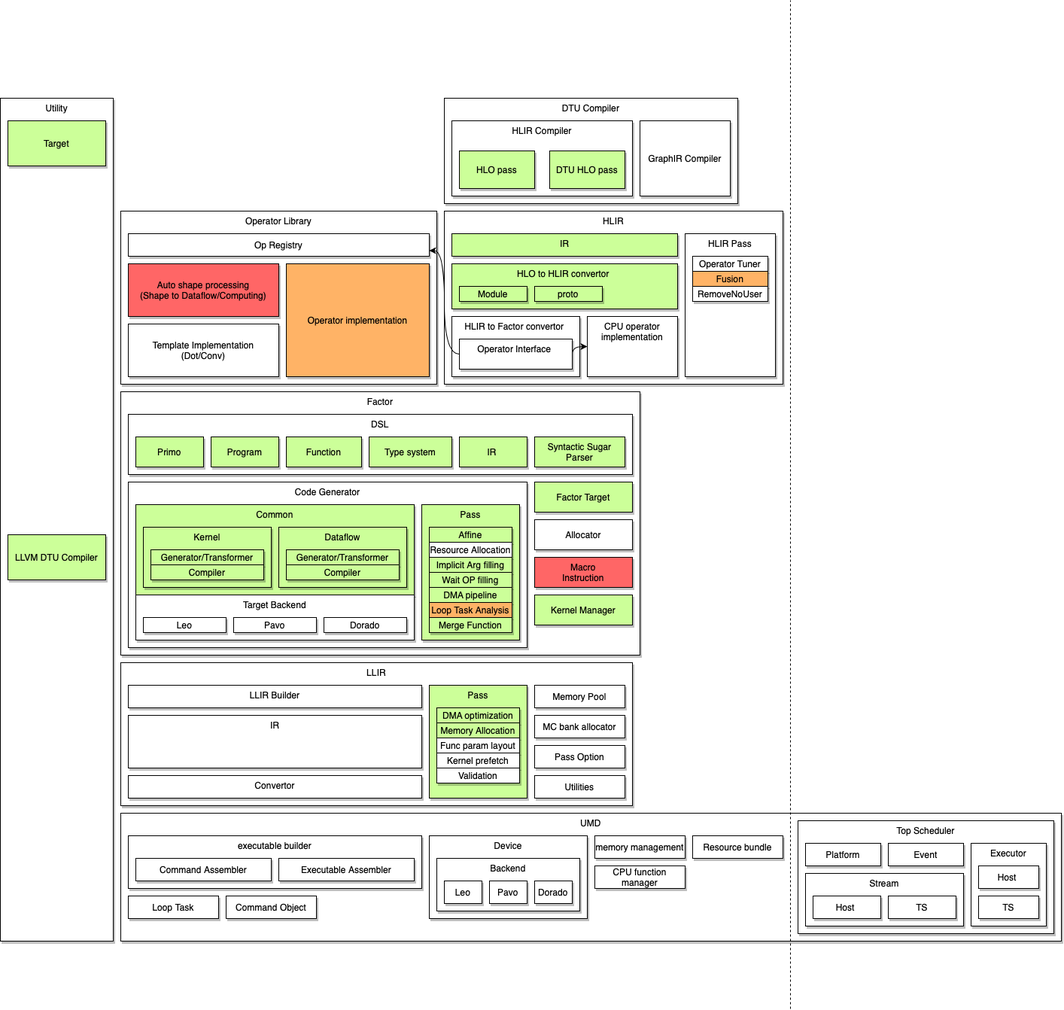
Above: 组件及关系图.png in dingsg/drawio (draw.io), before the change. Source tidied: cells renumbered, new cells last; positions are measured from the earlier drawing's top-left corner, leaving out a move shared by most shapes.
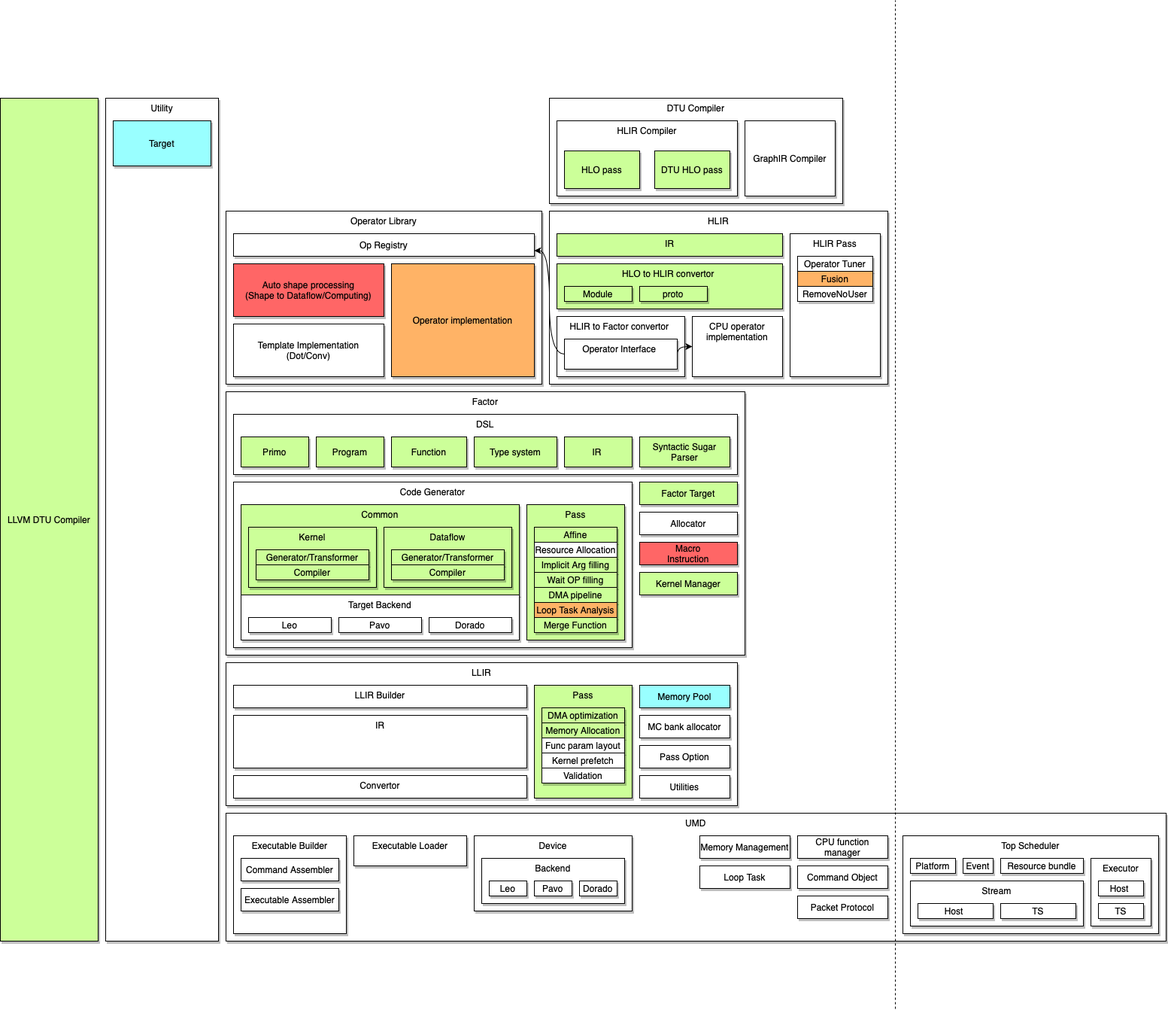
After the change.

Commit message:
Added 组件及关系图.png

The edit, as a diff of the source:
```diff
@@ -88,12 +88,12 @@
       <mxGeometry x="280" y="580" width="90" height="40" as="geometry" />
     </mxCell>
     <mxCell id="29" value="Factor Target" style="rounded=0;whiteSpace=wrap;html=1;align=center;shadow=1;fillColor=#CCFF99;" parent="1" vertex="1">
-      <mxGeometry x="710" y="640" width="130" height="40" as="geometry" />
+      <mxGeometry x="710" y="640" width="130" height="30" as="geometry" />
     </mxCell>
     <mxCell id="30" value="Utility" style="rounded=0;whiteSpace=wrap;html=1;align=center;verticalAlign=top;shadow=1;" parent="1" vertex="1">
       <mxGeometry y="130" width="150" height="1120" as="geometry" />
     </mxCell>
-    <mxCell id="31" value="Target" style="rounded=0;whiteSpace=wrap;html=1;align=center;shadow=1;fillColor=#CCFF99;" parent="1" vertex="1">
+    <mxCell id="31" value="Target" style="rounded=0;whiteSpace=wrap;html=1;align=center;shadow=1;fillColor=#99FFFF;" parent="1" vertex="1">
       <mxGeometry x="10" y="160" width="130" height="60" as="geometry" />
     </mxCell>
     <mxCell id="32" value="Type system" style="rounded=0;whiteSpace=wrap;html=1;align=center;shadow=1;fillColor=#CCFF99;" parent="1" vertex="1">
@@ -136,7 +136,7 @@
       <mxGeometry x="430" y="820" width="110" height="20" as="geometry" />
     </mxCell>
     <mxCell id="45" value="Allocator" style="rounded=0;whiteSpace=wrap;html=1;align=center;shadow=1;" parent="1" vertex="1">
-      <mxGeometry x="710" y="690" width="130" height="40" as="geometry" />
+      <mxGeometry x="710" y="680" width="130" height="30" as="geometry" />
     </mxCell>
     <mxCell id="46" value="Generator/Transformer" style="rounded=0;whiteSpace=wrap;html=1;shadow=1;align=center;fillColor=#CCFF99;" parent="1" vertex="1">
       <mxGeometry x="200" y="730" width="150" height="20" as="geometry" />
@@ -151,7 +151,7 @@
       <mxGeometry x="380" y="750" width="150" height="20" as="geometry" />
     </mxCell>
     <mxCell id="50" value="Macro&lt;br&gt;Instruction" style="rounded=0;whiteSpace=wrap;html=1;align=center;shadow=1;fillColor=#FF6666;" parent="1" vertex="1">
-      <mxGeometry x="710" y="740" width="130" height="40" as="geometry" />
+      <mxGeometry x="710" y="720" width="130" height="30" as="geometry" />
     </mxCell>
     <mxCell id="51" value="Affine" style="rounded=0;whiteSpace=wrap;html=1;shadow=1;align=center;fillColor=#CCFF99;" parent="1" vertex="1">
       <mxGeometry x="570" y="700" width="110" height="20" as="geometry" />
@@ -207,7 +207,7 @@
     <mxCell id="68" value="Validation" style="rounded=0;whiteSpace=wrap;html=1;shadow=1;align=center;" parent="1" vertex="1">
       <mxGeometry x="580" y="1020" width="110" height="20" as="geometry" />
     </mxCell>
-    <mxCell id="69" value="Memory Pool" style="rounded=0;whiteSpace=wrap;html=1;align=center;shadow=1;" parent="1" vertex="1">
+    <mxCell id="69" value="Memory Pool" style="rounded=0;whiteSpace=wrap;html=1;align=center;shadow=1;fillColor=#99FFFF;" parent="1" vertex="1">
       <mxGeometry x="710" y="910" width="120" height="30" as="geometry" />
     </mxCell>
     <mxCell id="70" value="MC bank allocator" style="rounded=0;whiteSpace=wrap;html=1;align=center;shadow=1;" parent="1" vertex="1">
@@ -228,77 +228,83 @@
         <mxPoint x="1050" as="targetPoint" />
       </mxGeometry>
     </mxCell>
-    <mxCell id="75" value="executable builder" style="rounded=0;whiteSpace=wrap;html=1;shadow=1;fillColor=#FFFFFF;align=center;verticalAlign=top;" parent="1" vertex="1">
-      <mxGeometry x="170" y="1110" width="390" height="70" as="geometry" />
+    <mxCell id="75" value="Executable Builder" style="rounded=0;whiteSpace=wrap;html=1;shadow=1;fillColor=#FFFFFF;align=center;verticalAlign=top;" parent="1" vertex="1">
+      <mxGeometry x="170" y="1110" width="150" height="130" as="geometry" />
     </mxCell>
     <mxCell id="76" value="Top Scheduler" style="rounded=0;whiteSpace=wrap;html=1;shadow=1;fillColor=#FFFFFF;align=center;verticalAlign=top;" parent="1" vertex="1">
-      <mxGeometry x="1060" y="1090" width="340" height="150" as="geometry" />
+      <mxGeometry x="1060" y="1110" width="340" height="130" as="geometry" />
     </mxCell>
     <mxCell id="77" value="Command Assembler" style="rounded=0;whiteSpace=wrap;html=1;shadow=1;fillColor=#FFFFFF;align=center;" parent="1" vertex="1">
-      <mxGeometry x="180" y="1140" width="180" height="30" as="geometry" />
+      <mxGeometry x="180" y="1140" width="130" height="30" as="geometry" />
     </mxCell>
     <mxCell id="78" value="Loop Task" style="rounded=0;whiteSpace=wrap;html=1;shadow=1;fillColor=#FFFFFF;align=center;" parent="1" vertex="1">
-      <mxGeometry x="170" y="1190" width="120" height="30" as="geometry" />
+      <mxGeometry x="790" y="1150" width="120" height="30" as="geometry" />
     </mxCell>
     <mxCell id="79" value="Executable Assembler" style="rounded=0;whiteSpace=wrap;html=1;shadow=1;fillColor=#FFFFFF;align=center;" parent="1" vertex="1">
-      <mxGeometry x="370" y="1140" width="180" height="30" as="geometry" />
+      <mxGeometry x="180" y="1180" width="130" height="30" as="geometry" />
     </mxCell>
     <mxCell id="80" value="Resource bundle" style="rounded=0;whiteSpace=wrap;html=1;shadow=1;fillColor=#FFFFFF;align=center;" parent="1" vertex="1">
-      <mxGeometry x="920" y="1110" width="120" height="30" as="geometry" />
+      <mxGeometry x="1190" y="1140" width="110" height="20" as="geometry" />
     </mxCell>
-    <mxCell id="81" value="memory management" style="rounded=0;whiteSpace=wrap;html=1;shadow=1;fillColor=#FFFFFF;align=center;" parent="1" vertex="1">
+    <mxCell id="81" value="Memory Management" style="rounded=0;whiteSpace=wrap;html=1;shadow=1;fillColor=#FFFFFF;align=center;" parent="1" vertex="1">
       <mxGeometry x="790" y="1110" width="120" height="30" as="geometry" />
     </mxCell>
     <mxCell id="82" value="CPU function manager" style="rounded=0;whiteSpace=wrap;html=1;shadow=1;fillColor=#FFFFFF;align=center;" parent="1" vertex="1">
-      <mxGeometry x="790" y="1150" width="120" height="30" as="geometry" />
+      <mxGeometry x="920" y="1110" width="120" height="30" as="geometry" />
     </mxCell>
     <mxCell id="83" value="LLVM DTU Compiler" style="rounded=0;whiteSpace=wrap;html=1;align=center;shadow=1;fillColor=#CCFF99;" parent="1" vertex="1">
-      <mxGeometry x="10" y="710" width="130" height="60" as="geometry" />
+      <mxGeometry x="-140" y="130" width="130" height="1120" as="geometry" />
     </mxCell>
     <mxCell id="84" value="Kernel Manager" style="rounded=0;whiteSpace=wrap;html=1;align=center;shadow=1;fillColor=#CCFF99;" parent="1" vertex="1">
-      <mxGeometry x="710" y="790" width="130" height="40" as="geometry" />
+      <mxGeometry x="710" y="760" width="130" height="30" as="geometry" />
     </mxCell>
     <mxCell id="85" value="Command Object" style="rounded=0;whiteSpace=wrap;html=1;shadow=1;fillColor=#FFFFFF;align=center;" parent="1" vertex="1">
-      <mxGeometry x="300" y="1190" width="120" height="30" as="geometry" />
+      <mxGeometry x="920" y="1150" width="120" height="30" as="geometry" />
     </mxCell>
     <mxCell id="86" value="Device" style="rounded=0;whiteSpace=wrap;html=1;verticalAlign=top;shadow=1;" parent="1" vertex="1">
-      <mxGeometry x="570" y="1110" width="210" height="110" as="geometry" />
+      <mxGeometry x="490" y="1110" width="210" height="100" as="geometry" />
     </mxCell>
     <mxCell id="87" value="Backend" style="rounded=0;whiteSpace=wrap;html=1;shadow=1;fillColor=#FFFFFF;align=center;verticalAlign=top;" parent="1" vertex="1">
-      <mxGeometry x="580" y="1140" width="190" height="70" as="geometry" />
+      <mxGeometry x="500" y="1140" width="190" height="60" as="geometry" />
     </mxCell>
     <mxCell id="88" value="Leo" style="rounded=0;whiteSpace=wrap;html=1;shadow=1;fillColor=#FFFFFF;align=center;" parent="1" vertex="1">
-      <mxGeometry x="590" y="1170" width="50" height="30" as="geometry" />
+      <mxGeometry x="510" y="1170" width="50" height="20" as="geometry" />
     </mxCell>
     <mxCell id="89" value="Pavo" style="rounded=0;whiteSpace=wrap;html=1;shadow=1;fillColor=#FFFFFF;align=center;" parent="1" vertex="1">
-      <mxGeometry x="650" y="1170" width="50" height="30" as="geometry" />
+      <mxGeometry x="570" y="1170" width="50" height="20" as="geometry" />
     </mxCell>
     <mxCell id="90" value="Dorado" style="rounded=0;whiteSpace=wrap;html=1;shadow=1;fillColor=#FFFFFF;align=center;" parent="1" vertex="1">
-      <mxGeometry x="710" y="1170" width="50" height="30" as="geometry" />
+      <mxGeometry x="630" y="1170" width="50" height="20" as="geometry" />
     </mxCell>
     <mxCell id="91" value="Platform" style="rounded=0;whiteSpace=wrap;html=1;shadow=1;fillColor=#FFFFFF;align=center;" parent="1" vertex="1">
-      <mxGeometry x="1070" y="1120" width="100" height="30" as="geometry" />
+      <mxGeometry x="1070" y="1140" width="60" height="20" as="geometry" />
     </mxCell>
     <mxCell id="92" value="Event" style="rounded=0;whiteSpace=wrap;html=1;shadow=1;fillColor=#FFFFFF;align=center;" parent="1" vertex="1">
-      <mxGeometry x="1180" y="1120" width="100" height="30" as="geometry" />
+      <mxGeometry x="1140" y="1140" width="40" height="20" as="geometry" />
     </mxCell>
     <mxCell id="93" value="Executor" style="rounded=0;whiteSpace=wrap;html=1;shadow=1;fillColor=#FFFFFF;align=center;verticalAlign=top;" parent="1" vertex="1">
-      <mxGeometry x="1290" y="1120" width="100" height="110" as="geometry" />
+      <mxGeometry x="1310" y="1140" width="80" height="90" as="geometry" />
     </mxCell>
     <mxCell id="94" value="Stream" style="rounded=0;whiteSpace=wrap;html=1;shadow=1;fillColor=#FFFFFF;align=center;verticalAlign=top;" parent="1" vertex="1">
-      <mxGeometry x="1070" y="1160" width="210" height="70" as="geometry" />
+      <mxGeometry x="1070" y="1170" width="230" height="60" as="geometry" />
     </mxCell>
     <mxCell id="95" value="Host&amp;nbsp;" style="rounded=0;whiteSpace=wrap;html=1;shadow=1;fillColor=#FFFFFF;align=center;" parent="1" vertex="1">
-      <mxGeometry x="1080" y="1190" width="90" height="30" as="geometry" />
+      <mxGeometry x="1080" y="1200" width="100" height="20" as="geometry" />
     </mxCell>
     <mxCell id="96" value="TS" style="rounded=0;whiteSpace=wrap;html=1;shadow=1;fillColor=#FFFFFF;align=center;" parent="1" vertex="1">
-      <mxGeometry x="1180" y="1190" width="90" height="30" as="geometry" />
+      <mxGeometry x="1190" y="1200" width="100" height="20" as="geometry" />
     </mxCell>
     <mxCell id="97" value="Host&amp;nbsp;" style="rounded=0;whiteSpace=wrap;html=1;shadow=1;fillColor=#FFFFFF;align=center;" parent="1" vertex="1">
-      <mxGeometry x="1300" y="1150" width="80" height="30" as="geometry" />
+      <mxGeometry x="1320" y="1170" width="60" height="20" as="geometry" />
     </mxCell>
     <mxCell id="98" value="TS" style="rounded=0;whiteSpace=wrap;html=1;shadow=1;fillColor=#FFFFFF;align=center;" parent="1" vertex="1">
-      <mxGeometry x="1300" y="1190" width="80" height="30" as="geometry" />
+      <mxGeometry x="1320" y="1200" width="60" height="20" as="geometry" />
     </mxCell>
+    <mxCell id="99" value="Executable Loader" style="rounded=0;whiteSpace=wrap;html=1;shadow=1;fillColor=#FFFFFF;align=center;verticalAlign=top;" parent="1" vertex="1">
+      <mxGeometry x="330" y="1110" width="150" height="40" as="geometry" />
+    </mxCell>
+    <mxCell id="100" value="Packet Protocol" style="rounded=0;whiteSpace=wrap;html=1;shadow=1;fillColor=#FFFFFF;align=center;" parent="1" vertex="1">
+      <mxGeometry x="920" y="1190" width="120" height="30" as="geometry" />
+    </mxCell>
   </root>
 </mxGraphModel>
```
